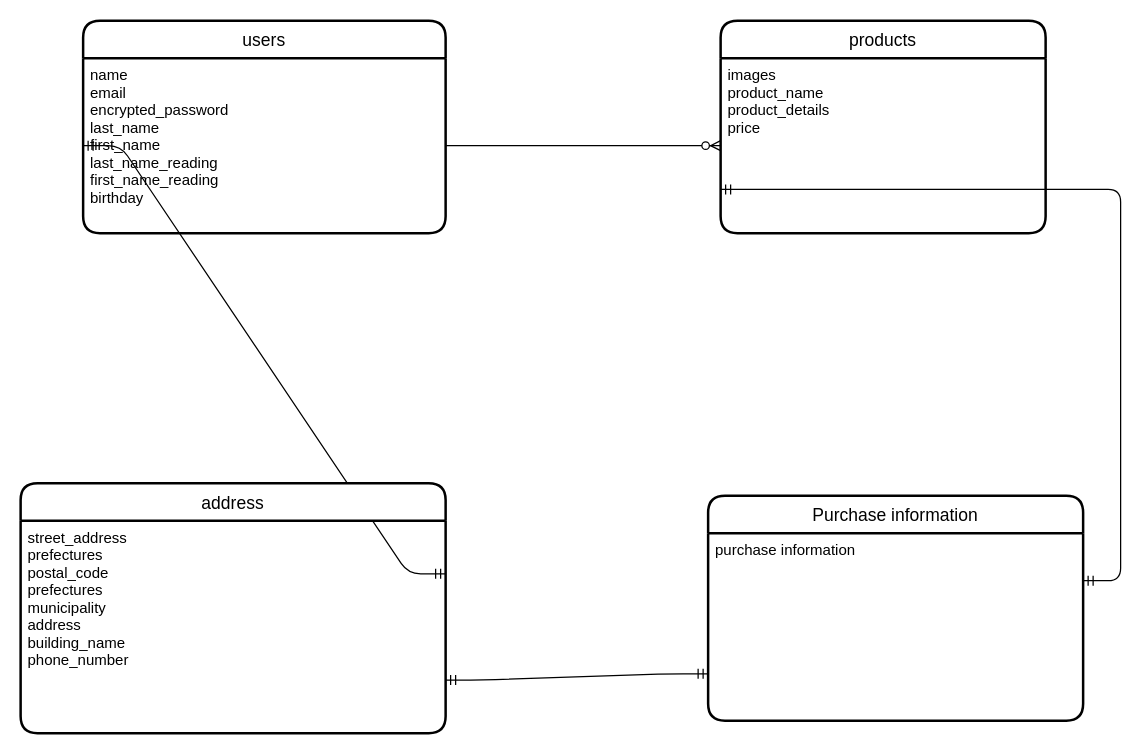
This is furima29603.dio from mugineko28/furima-29603, a draw.io file, before an edit. Source tidied: cells renumbered, new cells numbered last; positions are measured from the earlier drawing's top-left corner, leaving out a move shared by most shapes. Both pictures are drawn from the tidied source at 125%, with x=0, y=0 at pixel (20, 20).
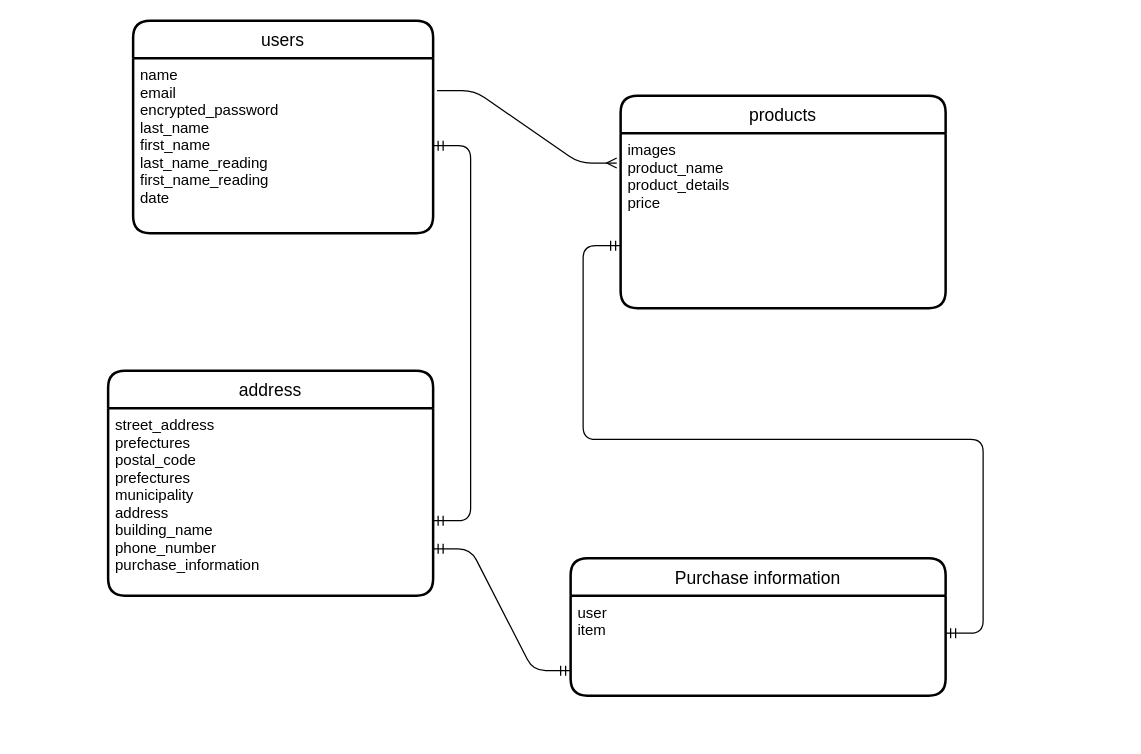
The same diagram, later.

Commit message (it also covers changes not shown here):
テーブル設計（修正2）

Change to the diagram source:
```diff
@@
 <mxGraphModel>
   <root>
     <mxCell id="0" />
     <mxCell id="1" parent="0" />
-    <mxCell id="2" style="edgeStyle=entityRelationEdgeStyle;fontSize=12;html=1;endArrow=ERmandOne;startArrow=ERmandOne;exitX=1;exitY=0.25;exitDx=0;exitDy=0;entryX=0;entryY=0.5;entryDx=0;entryDy=0;" parent="1" edge="1" source="11" target="5">
-      <mxGeometry relative="1" as="geometry" />
-    </mxCell>
     <mxCell id="3" style="edgeStyle=entityRelationEdgeStyle;fontSize=12;html=1;endArrow=ERmandOne;startArrow=ERmandOne;exitX=1;exitY=0.75;exitDx=0;exitDy=0;entryX=0;entryY=0.75;entryDx=0;entryDy=0;" parent="1" edge="1" source="11" target="13">
       <mxGeometry relative="1" as="geometry" />
     </mxCell>
     <mxCell id="4" value="users" style="swimlane;horizontal=1;startSize=30;rounded=1;fontSize=14;fontStyle=0;strokeWidth=2;shadow=0;dashed=0;align=center;" parent="1" vertex="1">
-      <mxGeometry x="50" width="290" height="170" as="geometry" />
+      <mxGeometry x="90" width="240" height="170" as="geometry" />
     </mxCell>
-    <mxCell id="5" value="name&#10;email&#10;encrypted_password&#10;last_name&#10;first_name&#10;last_name_reading&#10;first_name_reading&#10;birthday&#10;" style="align=left;strokeColor=none;fillColor=none;spacingLeft=4;fontSize=12;verticalAlign=top;" parent="4" vertex="1">
-      <mxGeometry y="30" width="290" height="140" as="geometry" />
+    <mxCell id="5" value="name&#10;email&#10;encrypted_password&#10;last_name&#10;first_name&#10;last_name_reading&#10;first_name_reading&#10;date&#10;" style="align=left;strokeColor=none;fillColor=none;spacingLeft=4;fontSize=12;verticalAlign=top;" parent="4" vertex="1">
+      <mxGeometry y="30" width="240" height="140" as="geometry" />
     </mxCell>
     <mxCell id="6" value="products" style="swimlane;horizontal=1;startSize=30;rounded=1;fontSize=14;fontStyle=0;strokeWidth=2;shadow=0;dashed=0;align=center;" parent="1" vertex="1">
-      <mxGeometry x="560" width="260" height="170" as="geometry" />
+      <mxGeometry x="480" y="60" width="260" height="170" as="geometry" />
     </mxCell>
     <mxCell id="7" value="images&#10;product_name&#10;product_details&#10;price" style="align=left;strokeColor=none;fillColor=none;spacingLeft=4;fontSize=12;verticalAlign=top;" parent="6" vertex="1">
       <mxGeometry y="30" width="260" height="140" as="geometry" />
     </mxCell>
-    <mxCell id="8" style="edgeStyle=entityRelationEdgeStyle;fontSize=12;html=1;endArrow=ERzeroToMany;endFill=1;entryX=0;entryY=0.5;entryDx=0;entryDy=0;exitX=1;exitY=0.5;exitDx=0;exitDy=0;" parent="1" edge="1" source="5" target="7">
-      <mxGeometry relative="1" as="geometry" />
-    </mxCell>
-    <mxCell id="9" style="edgeStyle=entityRelationEdgeStyle;fontSize=12;html=1;endArrow=ERmandOne;startArrow=ERmandOne;entryX=0;entryY=0.75;entryDx=0;entryDy=0;" parent="1" edge="1" target="7">
-      <mxGeometry relative="1" as="geometry">
-        <mxPoint x="850" y="448" as="sourcePoint" />
-      </mxGeometry>
-    </mxCell>
     <mxCell id="10" value="address" style="swimlane;horizontal=1;startSize=30;rounded=1;fontSize=14;fontStyle=0;strokeWidth=2;shadow=0;dashed=0;align=center;" parent="1" vertex="1">
-      <mxGeometry y="370" width="340" height="200" as="geometry" />
+      <mxGeometry x="70" y="280" width="260" height="180" as="geometry" />
     </mxCell>
-    <mxCell id="11" value="street_address&#10;prefectures&#10;postal_code&#10;prefectures&#10;municipality&#10;address&#10;building_name&#10;phone_number" style="align=left;strokeColor=none;fillColor=none;spacingLeft=4;fontSize=12;verticalAlign=top;" parent="10" vertex="1">
-      <mxGeometry y="30" width="340" height="170" as="geometry" />
+    <mxCell id="11" value="street_address&#10;prefectures&#10;postal_code&#10;prefectures&#10;municipality&#10;address&#10;building_name&#10;phone_number&#10;purchase_information " style="align=left;strokeColor=none;fillColor=none;spacingLeft=4;fontSize=12;verticalAlign=top;" parent="10" vertex="1">
+      <mxGeometry y="30" width="260" height="150" as="geometry" />
     </mxCell>
     <mxCell id="12" value="Purchase information" style="swimlane;horizontal=1;startSize=30;rounded=1;fontSize=14;fontStyle=0;strokeWidth=2;shadow=0;dashed=0;align=center;" parent="1" vertex="1">
-      <mxGeometry x="550" y="380" width="300" height="180" as="geometry" />
+      <mxGeometry x="440" y="430" width="300" height="110" as="geometry" />
     </mxCell>
-    <mxCell id="13" value="purchase information" style="align=left;strokeColor=none;fillColor=none;spacingLeft=4;fontSize=12;verticalAlign=top;" parent="12" vertex="1">
-      <mxGeometry y="30" width="300" height="150" as="geometry" />
+    <mxCell id="13" value="user&#10;item" style="align=left;strokeColor=none;fillColor=none;spacingLeft=4;fontSize=12;verticalAlign=top;" parent="12" vertex="1">
+      <mxGeometry y="30" width="300" height="80" as="geometry" />
     </mxCell>
+    <mxCell id="14" style="edgeStyle=entityRelationEdgeStyle;fontSize=12;html=1;endArrow=ERmandOne;startArrow=ERmandOne;" parent="1" edge="1" target="5">
+      <mxGeometry relative="1" as="geometry">
+        <mxPoint x="330" y="400" as="sourcePoint" />
+      </mxGeometry>
+    </mxCell>
+    <mxCell id="8" style="edgeStyle=entityRelationEdgeStyle;fontSize=12;html=1;endArrow=ERmany;entryX=-0.012;entryY=0.171;entryDx=0;entryDy=0;entryPerimeter=0;exitX=1.013;exitY=0.186;exitDx=0;exitDy=0;exitPerimeter=0;" parent="1" edge="1" source="5" target="7">
+      <mxGeometry relative="1" as="geometry" />
+    </mxCell>
+    <mxCell id="15" style="edgeStyle=entityRelationEdgeStyle;fontSize=12;html=1;endArrow=ERmandOne;startArrow=ERmandOne;" parent="1" edge="1">
+      <mxGeometry relative="1" as="geometry">
+        <mxPoint x="740" y="490" as="sourcePoint" />
+        <mxPoint x="480" y="180" as="targetPoint" />
+      </mxGeometry>
+    </mxCell>
   </root>
 </mxGraphModel>
```
